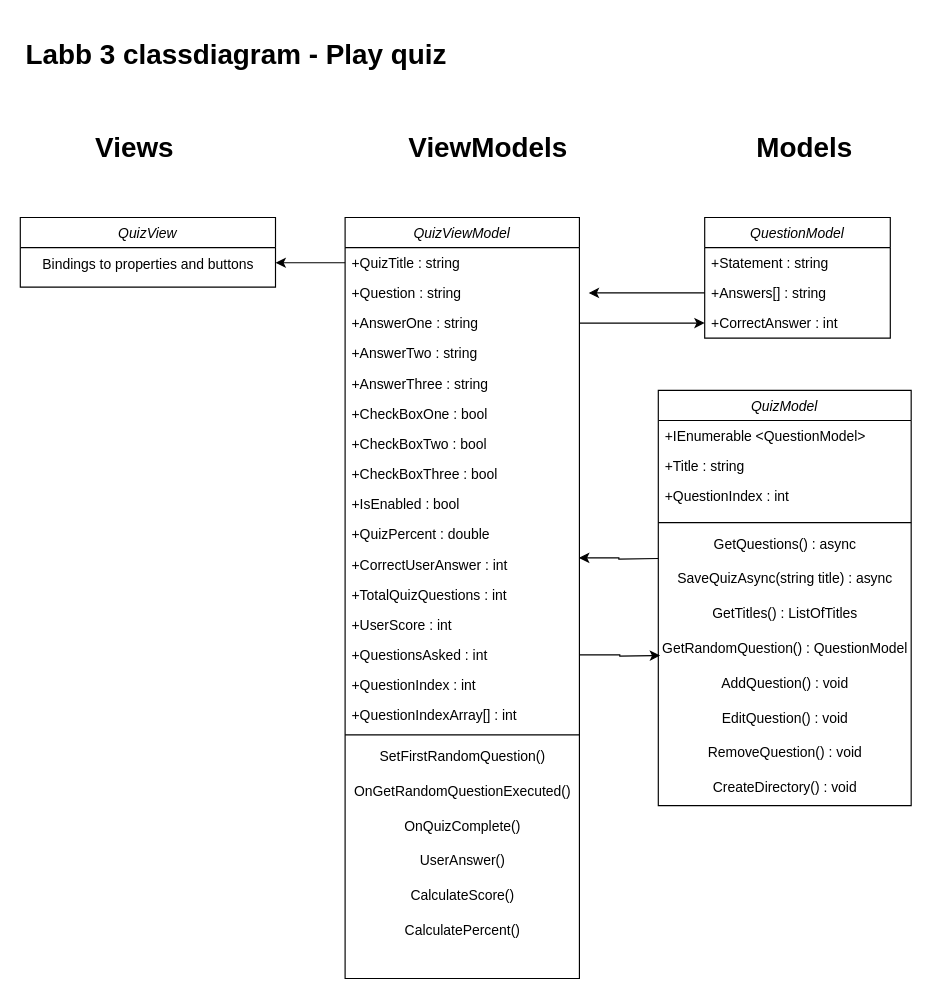
MagSandberg/Labb3-Ressurrection keeps this draw.io diagram as Namnlöst diagram.drawio. Above is the earlier version. Source tidied: cells renumbered, new cells numbered last; positions are measured from the earlier drawing's top-left corner, leaving out a move shared by most shapes. Both pictures are drawn from the tidied source at 116%, with x=0, y=0 at pixel (20, 31).
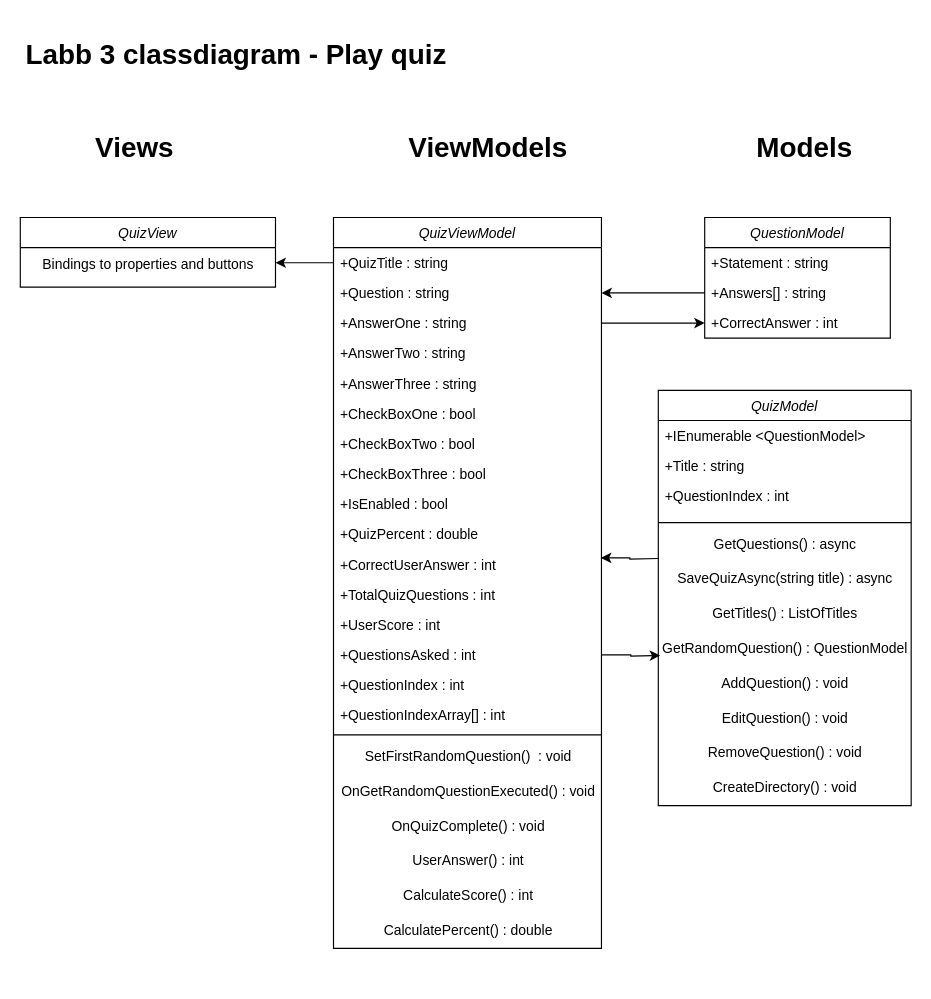
The same page after the edit.

Unchanged cells that the change refers to:
```xml
<mxCell id="4" value="+Answers[] : string" style="text;align=left;verticalAlign=top;spacingLeft=4;spacingRight=4;overflow=hidden;points=[[0,0.5],[1,0.5]];portConstraint=eastwest;rounded=0;shadow=0;html=0;" parent="2" vertex="1">
  <mxGeometry y="52" width="160" height="26" as="geometry" />
</mxCell>
```

Diff of the diagram source:
```diff
@@
     <mxCell id="11" value="QuizViewModel" style="swimlane;fontStyle=2;align=center;verticalAlign=top;horizontal=1;startSize=26;rounded=0;shadow=0;strokeWidth=1;" parent="1" vertex="1">
-      <mxGeometry x="280" y="160" width="202" height="656" as="geometry" />
+      <mxGeometry x="270" y="160" width="231" height="630" as="geometry" />
     </mxCell>
     <mxCell id="12" value="+QuizTitle : string" style="text;align=left;verticalAlign=top;spacingLeft=4;spacingRight=4;overflow=hidden;points=[[0,0.5],[1,0.5]];portConstraint=eastwest;" parent="11" vertex="1">
-      <mxGeometry y="26" width="202" height="26" as="geometry" />
+      <mxGeometry y="26" width="231" height="26" as="geometry" />
     </mxCell>
     <mxCell id="13" value="+Question : string" style="text;align=left;verticalAlign=top;spacingLeft=4;spacingRight=4;overflow=hidden;points=[[0,0.5],[1,0.5]];portConstraint=eastwest;rounded=0;shadow=0;html=0;" parent="11" vertex="1">
-      <mxGeometry y="52" width="202" height="26" as="geometry" />
+      <mxGeometry y="52" width="231" height="26" as="geometry" />
     </mxCell>
     <mxCell id="14" value="+AnswerOne : string" style="text;align=left;verticalAlign=top;spacingLeft=4;spacingRight=4;overflow=hidden;points=[[0,0.5],[1,0.5]];portConstraint=eastwest;rounded=0;shadow=0;html=0;" parent="11" vertex="1">
-      <mxGeometry y="78" width="202" height="26" as="geometry" />
+      <mxGeometry y="78" width="231" height="26" as="geometry" />
     </mxCell>
     <mxCell id="15" value="+AnswerTwo : string" style="text;align=left;verticalAlign=top;spacingLeft=4;spacingRight=4;overflow=hidden;rounded=0;shadow=0;html=0;" parent="11" vertex="1">
-      <mxGeometry y="104" width="202" height="26" as="geometry" />
+      <mxGeometry y="104" width="231" height="26" as="geometry" />
     </mxCell>
     <mxCell id="16" value="+AnswerThree : string" style="text;align=left;verticalAlign=top;spacingLeft=4;spacingRight=4;overflow=hidden;rounded=0;shadow=0;html=0;" parent="11" vertex="1">
-      <mxGeometry y="130" width="202" height="26" as="geometry" />
+      <mxGeometry y="130" width="231" height="26" as="geometry" />
     </mxCell>
     <mxCell id="17" value="+CheckBoxOne : bool" style="text;align=left;verticalAlign=top;spacingLeft=4;spacingRight=4;overflow=hidden;rounded=0;shadow=0;html=0;" parent="11" vertex="1">
-      <mxGeometry y="156" width="202" height="26" as="geometry" />
+      <mxGeometry y="156" width="231" height="26" as="geometry" />
     </mxCell>
     <mxCell id="18" value="+CheckBoxTwo : bool" style="text;align=left;verticalAlign=top;spacingLeft=4;spacingRight=4;overflow=hidden;rounded=0;shadow=0;html=0;" parent="11" vertex="1">
-      <mxGeometry y="182" width="202" height="26" as="geometry" />
+      <mxGeometry y="182" width="231" height="26" as="geometry" />
     </mxCell>
     <mxCell id="19" value="+CheckBoxThree : bool" style="text;align=left;verticalAlign=top;spacingLeft=4;spacingRight=4;overflow=hidden;rounded=0;shadow=0;html=0;" parent="11" vertex="1">
-      <mxGeometry y="208" width="202" height="26" as="geometry" />
+      <mxGeometry y="208" width="231" height="26" as="geometry" />
     </mxCell>
     <mxCell id="20" value="+IsEnabled : bool" style="text;align=left;verticalAlign=top;spacingLeft=4;spacingRight=4;overflow=hidden;rounded=0;shadow=0;html=0;" parent="11" vertex="1">
-      <mxGeometry y="234" width="202" height="26" as="geometry" />
+      <mxGeometry y="234" width="231" height="26" as="geometry" />
     </mxCell>
     <mxCell id="21" value="+QuizPercent : double" style="text;align=left;verticalAlign=top;spacingLeft=4;spacingRight=4;overflow=hidden;rounded=0;shadow=0;html=0;" parent="11" vertex="1">
-      <mxGeometry y="260" width="202" height="26" as="geometry" />
+      <mxGeometry y="260" width="231" height="26" as="geometry" />
     </mxCell>
     <mxCell id="22" value="+CorrectUserAnswer : int" style="text;align=left;verticalAlign=top;spacingLeft=4;spacingRight=4;overflow=hidden;points=[[0,0.5],[1,0.5]];portConstraint=eastwest;rounded=0;shadow=0;html=0;" parent="11" vertex="1">
-      <mxGeometry y="286" width="202" height="26" as="geometry" />
+      <mxGeometry y="286" width="231" height="26" as="geometry" />
     </mxCell>
     <mxCell id="23" value="+TotalQuizQuestions : int" style="text;align=left;verticalAlign=top;spacingLeft=4;spacingRight=4;overflow=hidden;rounded=0;shadow=0;html=0;" parent="11" vertex="1">
-      <mxGeometry y="312" width="202" height="26" as="geometry" />
+      <mxGeometry y="312" width="231" height="26" as="geometry" />
     </mxCell>
     <mxCell id="24" value="+UserScore : int" style="text;align=left;verticalAlign=top;spacingLeft=4;spacingRight=4;overflow=hidden;rounded=0;shadow=0;html=0;" parent="11" vertex="1">
-      <mxGeometry y="338" width="202" height="26" as="geometry" />
+      <mxGeometry y="338" width="231" height="26" as="geometry" />
     </mxCell>
     <mxCell id="25" value="+QuestionsAsked : int" style="text;align=left;verticalAlign=top;spacingLeft=4;spacingRight=4;overflow=hidden;points=[[0,0.5],[1,0.5]];portConstraint=eastwest;rounded=0;shadow=0;html=0;" parent="11" vertex="1">
-      <mxGeometry y="364" width="202" height="26" as="geometry" />
+      <mxGeometry y="364" width="231" height="26" as="geometry" />
     </mxCell>
     <mxCell id="26" value="+QuestionIndex : int" style="text;align=left;verticalAlign=top;spacingLeft=4;spacingRight=4;overflow=hidden;rounded=0;shadow=0;html=0;" parent="11" vertex="1">
-      <mxGeometry y="390" width="202" height="26" as="geometry" />
+      <mxGeometry y="390" width="231" height="26" as="geometry" />
     </mxCell>
     <mxCell id="27" value="+QuestionIndexArray[] : int" style="text;align=left;verticalAlign=top;spacingLeft=4;spacingRight=4;overflow=hidden;rounded=0;shadow=0;html=0;" parent="11" vertex="1">
-      <mxGeometry y="416" width="202" height="26" as="geometry" />
+      <mxGeometry y="416" width="231" height="26" as="geometry" />
     </mxCell>
     <mxCell id="28" style="line;strokeWidth=1;fillColor=none;align=left;verticalAlign=middle;spacingTop=-1;spacingLeft=3;spacingRight=3;labelPosition=right;strokeColor=inherit;" parent="11" vertex="1">
-      <mxGeometry y="442" width="202" height="8" as="geometry" />
+      <mxGeometry y="442" width="231" height="8" as="geometry" />
     </mxCell>
-    <mxCell id="29" value="SetFirstRandomQuestion()" style="text;html=1;align=center;verticalAlign=middle;strokeColor=none;fillColor=none;" parent="11" vertex="1">
-      <mxGeometry y="450" width="202" height="30" as="geometry" />
+    <mxCell id="29" value="SetFirstRandomQuestion()&amp;nbsp;&amp;nbsp;: void" style="text;html=1;align=center;verticalAlign=middle;strokeColor=none;fillColor=none;" parent="11" vertex="1">
+      <mxGeometry y="450" width="231" height="30" as="geometry" />
     </mxCell>
-    <mxCell id="30" value="OnGetRandomQuestionExecuted()" style="text;html=1;align=center;verticalAlign=middle;strokeColor=none;fillColor=none;" parent="11" vertex="1">
-      <mxGeometry y="480" width="202" height="30" as="geometry" />
+    <mxCell id="30" value="OnGetRandomQuestionExecuted()&amp;nbsp;: void" style="text;html=1;align=center;verticalAlign=middle;strokeColor=none;fillColor=none;" parent="11" vertex="1">
+      <mxGeometry y="480" width="231" height="30" as="geometry" />
     </mxCell>
-    <mxCell id="31" value="OnQuizComplete()" style="text;html=1;align=center;verticalAlign=middle;strokeColor=none;fillColor=none;" parent="11" vertex="1">
-      <mxGeometry y="510" width="202" height="30" as="geometry" />
+    <mxCell id="31" value="OnQuizComplete() : void" style="text;html=1;align=center;verticalAlign=middle;strokeColor=none;fillColor=none;" parent="11" vertex="1">
+      <mxGeometry y="510" width="231" height="30" as="geometry" />
     </mxCell>
-    <mxCell id="32" value="UserAnswer()" style="text;html=1;align=center;verticalAlign=middle;strokeColor=none;fillColor=none;" parent="11" vertex="1">
-      <mxGeometry y="540" width="202" height="30" as="geometry" />
+    <mxCell id="32" value="UserAnswer() : int" style="text;html=1;align=center;verticalAlign=middle;strokeColor=none;fillColor=none;" parent="11" vertex="1">
+      <mxGeometry y="540" width="231" height="30" as="geometry" />
     </mxCell>
-    <mxCell id="33" value="CalculateScore()" style="text;html=1;align=center;verticalAlign=middle;strokeColor=none;fillColor=none;" parent="11" vertex="1">
-      <mxGeometry y="570" width="202" height="30" as="geometry" />
+    <mxCell id="33" value="CalculateScore() : int" style="text;html=1;align=center;verticalAlign=middle;strokeColor=none;fillColor=none;" parent="11" vertex="1">
+      <mxGeometry y="570" width="231" height="30" as="geometry" />
     </mxCell>
-    <mxCell id="34" value="CalculatePercent()" style="text;html=1;align=center;verticalAlign=middle;strokeColor=none;fillColor=none;" parent="11" vertex="1">
-      <mxGeometry y="600" width="202" height="30" as="geometry" />
+    <mxCell id="34" value="CalculatePercent() : double" style="text;html=1;align=center;verticalAlign=middle;strokeColor=none;fillColor=none;" parent="11" vertex="1">
+      <mxGeometry y="600" width="231" height="30" as="geometry" />
     </mxCell>
@@
-    <mxCell id="40" style="edgeStyle=orthogonalEdgeStyle;rounded=0;jettySize=auto;html=1;" parent="1" edge="1" source="4">
-      <mxGeometry relative="1" as="geometry">
-        <mxPoint x="490" y="225" as="targetPoint" />
-      </mxGeometry>
+    <mxCell id="40" style="edgeStyle=orthogonalEdgeStyle;rounded=0;jettySize=auto;html=1;entryX=1;entryY=0.5;entryDx=0;entryDy=0;" parent="1" edge="1" source="4" target="13">
+      <mxGeometry relative="1" as="geometry" />
     </mxCell>
```
